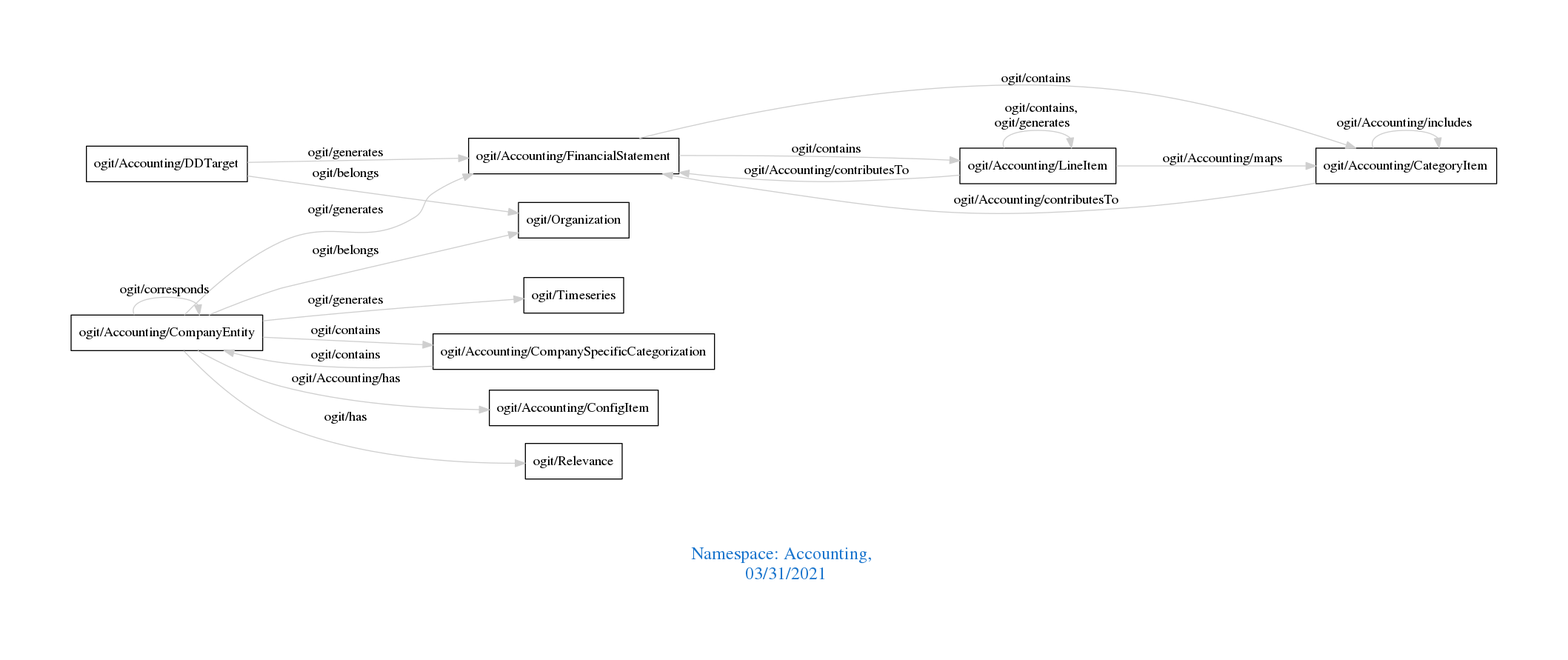
The Graphviz diagram downloads/Accounting.png in arago/OGIT, before a commit. Its source is kept beside it as downloads/Accounting.dot.
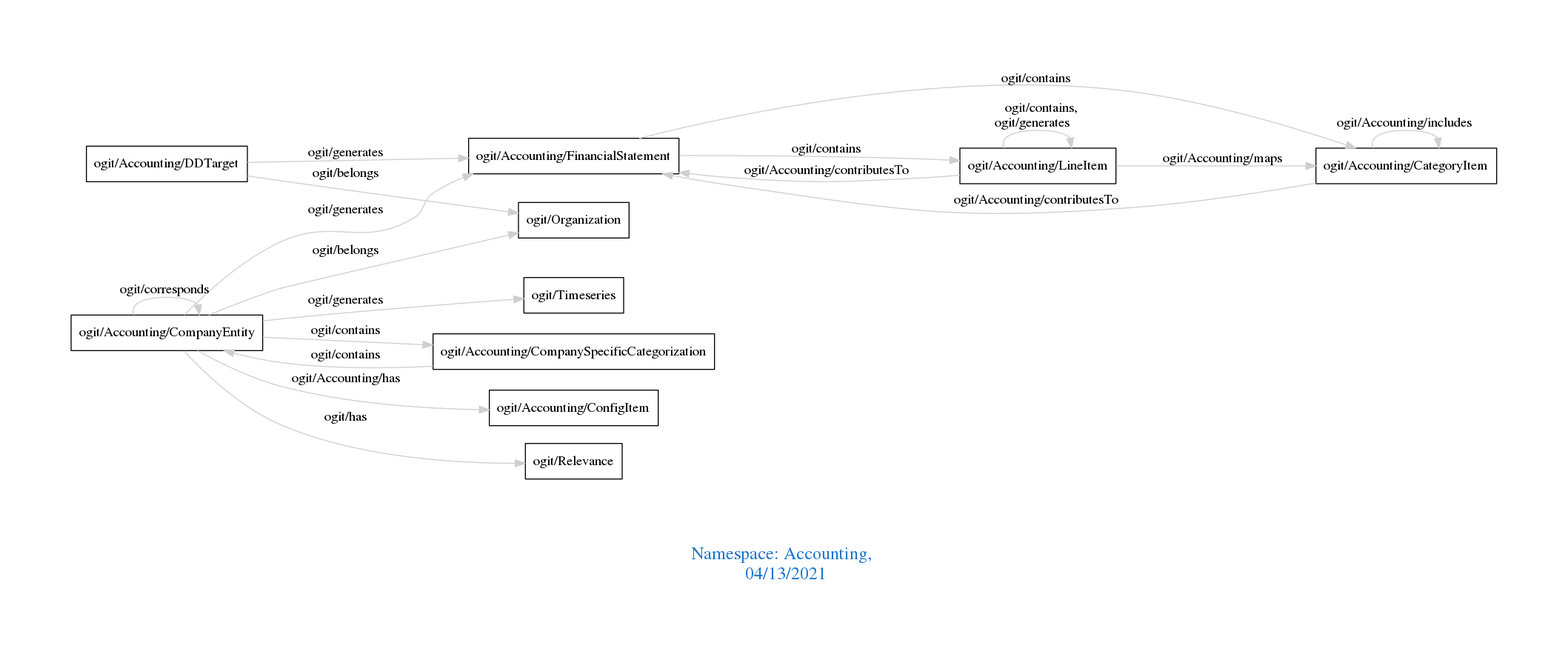
After the change.

What changed in the source:
```diff
@@ -1,7 +1,7 @@
 digraph OGIT_ontology {
  graph [ rankdir= LR,pad=1
 fontsize = 18,
-fontcolor= dodgerblue3,label = "\n\n\nNamespace: Accounting, \n 03/31/2021"];
+fontcolor= dodgerblue3,label = "\n\n\nNamespace: Accounting, \n 04/13/2021"];
 node[shape=polygon];
 edge [  color="gray81"];
 
```
